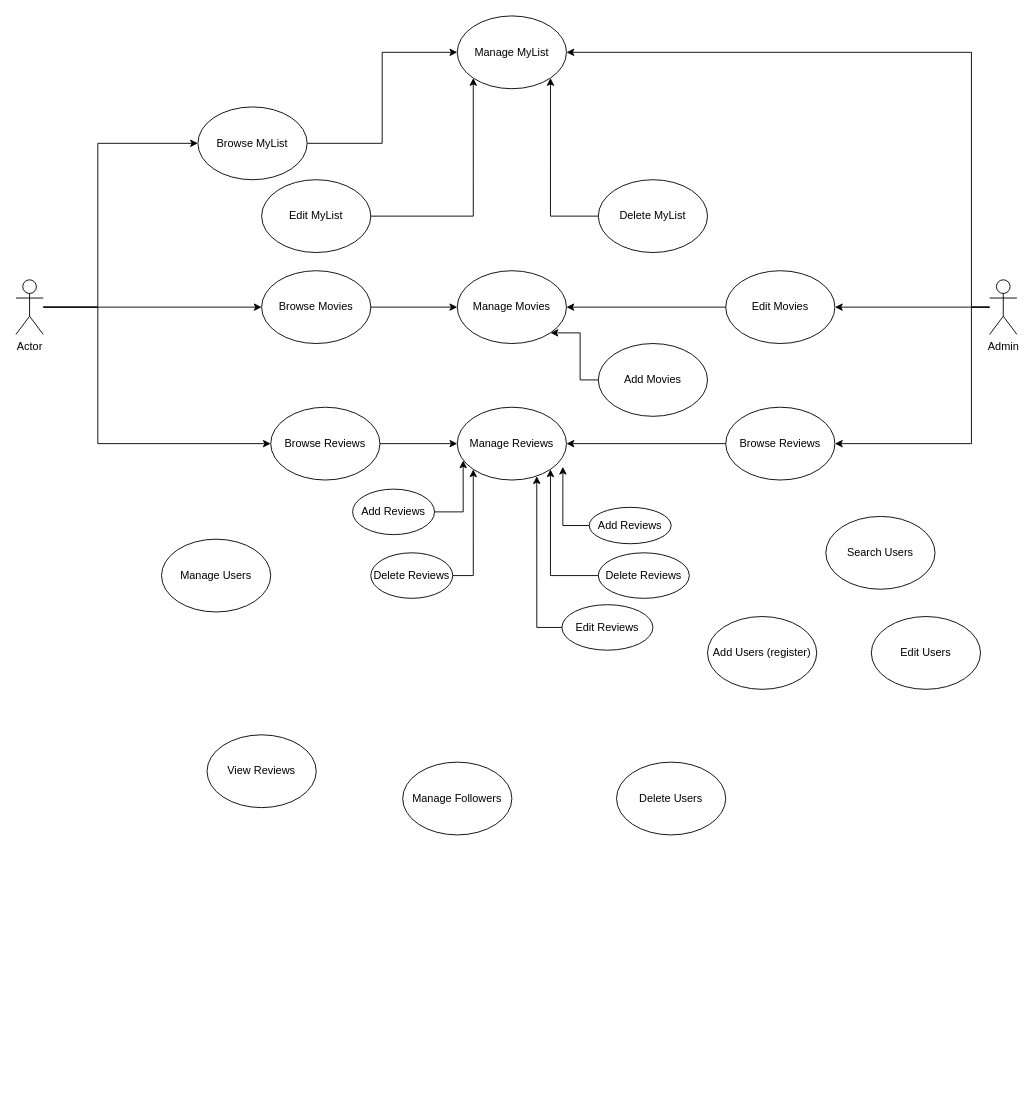
randyisalive/MovieList-FinalProject keeps this draw.io diagram as diagram/MovieList UCD.drawio. Above is the earlier version. Source tidied: cells renumbered, new cells numbered last; positions are measured from the earlier drawing's top-left corner, leaving out a move shared by most shapes. Both pictures are drawn from the tidied source at 91%, with x=0, y=0 at pixel (15, 15).
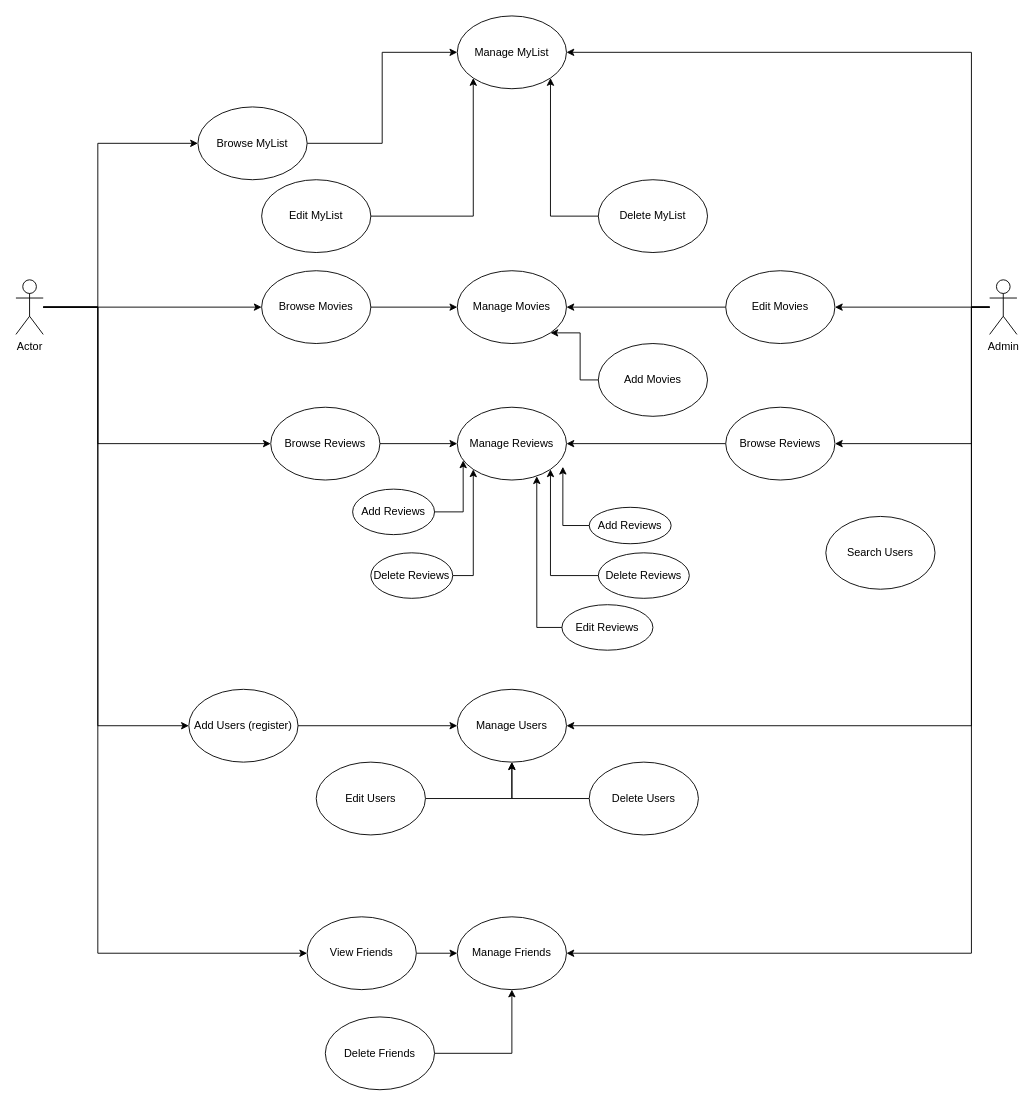
The same diagram, later.

Unchanged cells that the change refers to:
```xml
<mxCell id="5" value="Actor" style="shape=umlActor;verticalLabelPosition=bottom;verticalAlign=top;html=1;outlineConnect=0;" parent="1" vertex="1">
  <mxGeometry y="290" width="30" height="60" as="geometry" />
</mxCell>
<mxCell id="9" value="Admin" style="shape=umlActor;verticalLabelPosition=bottom;verticalAlign=top;html=1;outlineConnect=0;" parent="1" vertex="1">
  <mxGeometry x="1070" y="290" width="30" height="60" as="geometry" />
</mxCell>
```

What changed in the source:
```diff
@@
+    <mxCell id="46" style="edgeStyle=orthogonalEdgeStyle;rounded=0;jettySize=auto;html=1;entryX=0;entryY=0.5;entryDx=0;entryDy=0;" parent="1" edge="1" source="5" target="20">
+      <mxGeometry relative="1" as="geometry">
+        <Array as="points">
+          <mxPoint x="90" y="320" />
+          <mxPoint x="90" y="780" />
+        </Array>
+      </mxGeometry>
+    </mxCell>
+    <mxCell id="47" style="edgeStyle=orthogonalEdgeStyle;rounded=0;jettySize=auto;html=1;entryX=0;entryY=0.5;entryDx=0;entryDy=0;" parent="1" edge="1" source="5" target="54">
+      <mxGeometry relative="1" as="geometry">
+        <Array as="points">
+          <mxPoint x="90" y="320" />
+          <mxPoint x="90" y="1030" />
+        </Array>
+      </mxGeometry>
+    </mxCell>
@@
+    <mxCell id="48" style="edgeStyle=orthogonalEdgeStyle;rounded=0;jettySize=auto;html=1;entryX=1;entryY=0.5;entryDx=0;entryDy=0;" parent="1" edge="1" source="9" target="11">
+      <mxGeometry relative="1" as="geometry">
+        <Array as="points">
+          <mxPoint x="1050" y="320" />
+          <mxPoint x="1050" y="780" />
+        </Array>
+      </mxGeometry>
+    </mxCell>
+    <mxCell id="49" style="edgeStyle=orthogonalEdgeStyle;rounded=0;jettySize=auto;html=1;entryX=1;entryY=0.5;entryDx=0;entryDy=0;" parent="1" edge="1" source="9" target="24">
+      <mxGeometry relative="1" as="geometry">
+        <Array as="points">
+          <mxPoint x="1050" y="320" />
+          <mxPoint x="1050" y="1030" />
+        </Array>
+      </mxGeometry>
+    </mxCell>
@@
     <mxCell id="11" value="Manage Users" style="ellipse;whiteSpace=wrap;html=1;" parent="1" vertex="1">
-      <mxGeometry x="160" y="575" width="120" height="80" as="geometry" />
+      <mxGeometry x="485" y="740" width="120" height="80" as="geometry" />
     </mxCell>
@@
-    <mxCell id="17" value="View Reviews" style="ellipse;whiteSpace=wrap;html=1;" parent="1" vertex="1">
-      <mxGeometry x="210" y="790" width="120" height="80" as="geometry" />
-    </mxCell>
@@
+    <mxCell id="50" style="edgeStyle=orthogonalEdgeStyle;rounded=0;jettySize=auto;html=1;entryX=0;entryY=0.5;entryDx=0;entryDy=0;" parent="1" edge="1" source="20" target="11">
+      <mxGeometry relative="1" as="geometry" />
+    </mxCell>
     <mxCell id="20" value="Add Users (register)" style="ellipse;whiteSpace=wrap;html=1;" parent="1" vertex="1">
-      <mxGeometry x="760" y="660" width="120" height="80" as="geometry" />
+      <mxGeometry x="190" y="740" width="120" height="80" as="geometry" />
     </mxCell>
+    <mxCell id="51" style="edgeStyle=orthogonalEdgeStyle;rounded=0;jettySize=auto;html=1;entryX=0.5;entryY=1;entryDx=0;entryDy=0;" parent="1" edge="1" source="21" target="11">
+      <mxGeometry relative="1" as="geometry" />
+    </mxCell>
     <mxCell id="21" value="Edit Users" style="ellipse;whiteSpace=wrap;html=1;" parent="1" vertex="1">
-      <mxGeometry x="940" y="660" width="120" height="80" as="geometry" />
+      <mxGeometry x="330" y="820" width="120" height="80" as="geometry" />
     </mxCell>
+    <mxCell id="52" style="edgeStyle=orthogonalEdgeStyle;rounded=0;jettySize=auto;html=1;entryX=0.5;entryY=1;entryDx=0;entryDy=0;" parent="1" edge="1" source="22" target="11">
+      <mxGeometry relative="1" as="geometry" />
+    </mxCell>
     <mxCell id="22" value="Delete Users" style="ellipse;whiteSpace=wrap;html=1;" parent="1" vertex="1">
-      <mxGeometry x="660" y="820" width="120" height="80" as="geometry" />
+      <mxGeometry x="630" y="820" width="120" height="80" as="geometry" />
     </mxCell>
@@
-    <mxCell id="24" value="Manage Followers" style="ellipse;whiteSpace=wrap;html=1;" parent="1" vertex="1">
-      <mxGeometry x="425" y="820" width="120" height="80" as="geometry" />
+    <mxCell id="24" value="Manage Friends" style="ellipse;whiteSpace=wrap;html=1;" parent="1" vertex="1">
+      <mxGeometry x="485" y="990" width="120" height="80" as="geometry" />
     </mxCell>
@@
+    <mxCell id="53" style="edgeStyle=orthogonalEdgeStyle;rounded=0;jettySize=auto;html=1;" parent="1" edge="1" source="54" target="24">
+      <mxGeometry relative="1" as="geometry" />
+    </mxCell>
+    <mxCell id="54" value="View Friends" style="ellipse;whiteSpace=wrap;html=1;" parent="1" vertex="1">
+      <mxGeometry x="320" y="990" width="120" height="80" as="geometry" />
+    </mxCell>
+    <mxCell id="55" style="edgeStyle=orthogonalEdgeStyle;rounded=0;jettySize=auto;html=1;entryX=0.5;entryY=1;entryDx=0;entryDy=0;" parent="1" edge="1" source="56" target="24">
+      <mxGeometry relative="1" as="geometry" />
+    </mxCell>
+    <mxCell id="56" value="Delete Friends" style="ellipse;whiteSpace=wrap;html=1;" parent="1" vertex="1">
+      <mxGeometry x="340" y="1100" width="120" height="80" as="geometry" />
+    </mxCell>
```
